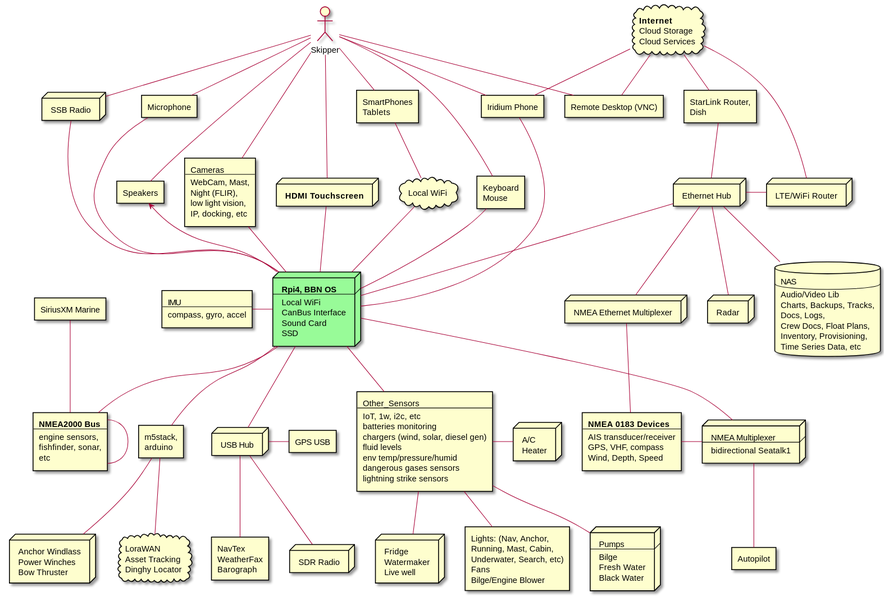
Before: docs/images/system-arch.svg, a diagram exported from PlantUML (bareboat-necessities/my-bareboat).
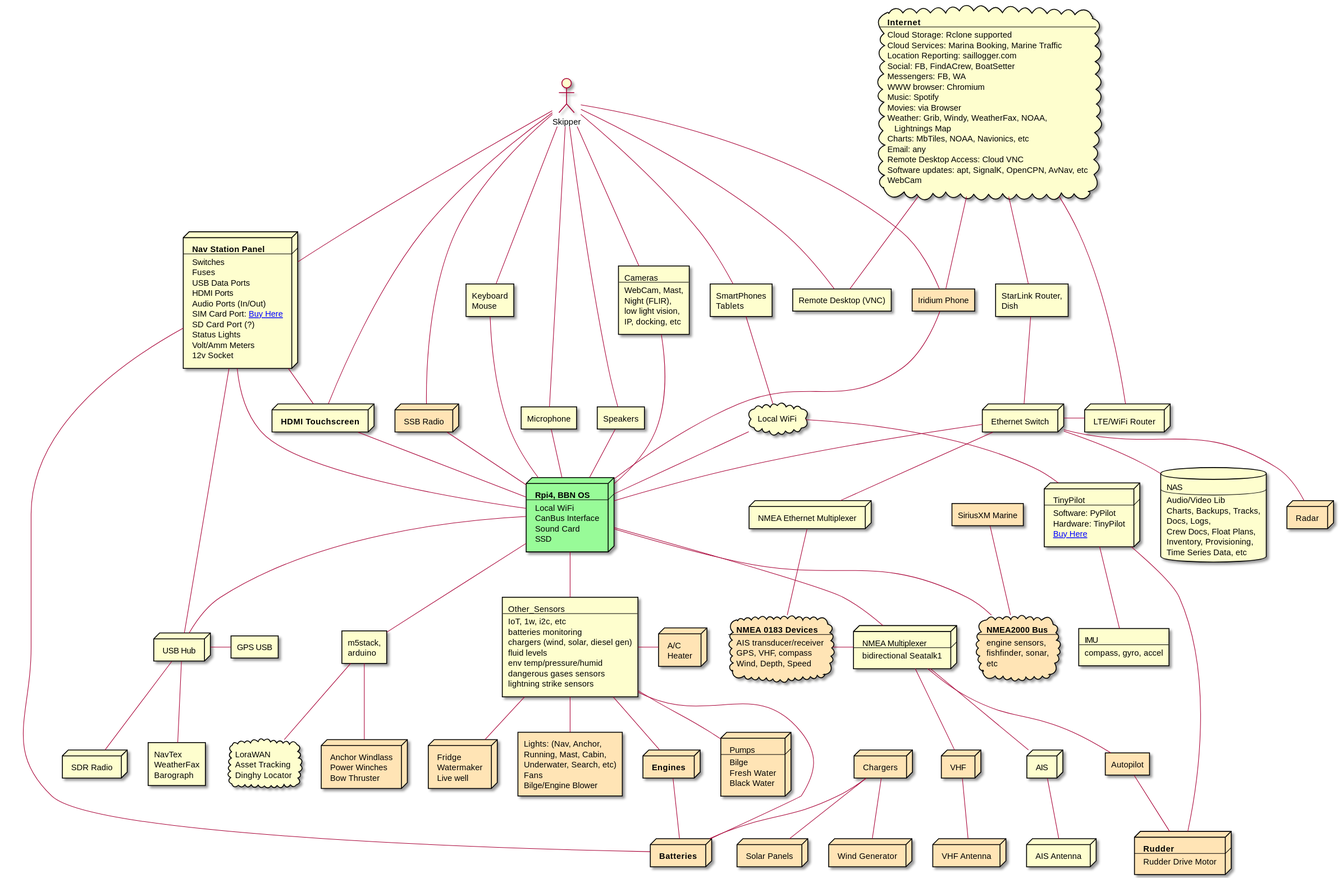
Above is the later version.

Change to the diagram source:
```diff
@@ -2,6 +2,53 @@
 
 actor Skipper [
  Skipper
+]
+
+node Panel [
+ <b>Nav Station Panel
+ ----
+ Switches
+ Fuses
+ USB Data Ports
+ HDMI Ports
+ Audio Ports (In/Out)
+ SIM Card Port: [[https://www.data-alliance.net/cable-gland-for-fiber-usb-sim-terminal-block-waterproof-ip67-feed-thru/ Buy Here]]
+ SD Card Port (?)
+ Status Lights
+ Volt/Amm Meters
+ 12v Socket
+]
+
+node Batteries #moccasin [
+ <b>Batteries
+]
+
+node Chargers #moccasin [
+ Chargers
+]
+
+node Engines #moccasin [
+ <b>Engines
+]
+
+node Antenna_VHF #moccasin [
+  VHF Antenna
+]
+
+node AIS [
+  AIS
+]
+
+node Antenna_AIS [
+  AIS Antenna
+]
+
+node Solar_Pan #moccasin [
+  Solar Panels
+]
+
+node Wind_Gen #moccasin [
+  Wind Generator
 ]
 
 node RPI #palegreen [
@@ -23,7 +70,7 @@
  compass, gyro, accel
 ]
 
-rectangle NMEA_2000 [
+cloud NMEA_2000 #moccasin [
  <b>NMEA2000 Bus
  ----
  engine sensors,
@@ -41,7 +88,7 @@
  NMEA Ethernet Multiplexer
 ]
 
-rectangle NMEA_0183 [
+cloud NMEA_0183 #moccasin [
  <b>NMEA 0183 Devices
  ----
  AIS transducer/receiver
@@ -49,12 +96,12 @@
  Wind, Depth, Speed
 ]
 
-rectangle AP [
+rectangle AP #moccasin [
  Autopilot
 ]
 
 node Eth_Hub [
- Ethernet Hub
+ Ethernet Switch
 ]
 
 node USB_Hub [
@@ -70,7 +117,7 @@
  Dish
 ]
 
-node Radar [
+node Radar #moccasin [
  Radar
 ]
 
@@ -99,7 +146,7 @@
  SDR Radio
 ]
 
-node SSB [
+node SSB #moccasin [
  SSB Radio
 ]
 
@@ -107,7 +154,7 @@
  Local WiFi
 ]
 
-rectangle Iridium [
+rectangle Iridium #moccasin [
  Iridium Phone
 ]
 
@@ -127,12 +174,16 @@
  Remote Desktop (VNC)
 ]
 
-node AC [
+node VHF #moccasin [
+ VHF
+]
+
+node AC #moccasin [
  A/C
  Heater
 ]
 
-node Pumps [
+node Pumps #moccasin [
  Pumps
  ----
  Bilge
@@ -140,13 +191,13 @@
  Black Water
 ]
 
-node Fridge [
+node Fridge #moccasin [
  Fridge
  Watermaker
  Live well
 ]
 
-rectangle Lights_Fans [
+rectangle Lights_Fans #moccasin [
  Lights: (Nav, Anchor,
  Running, Mast, Cabin,
  Underwater, Search, etc)
@@ -165,7 +216,7 @@
  Barograph
 ]
 
-rectangle SiriusXM [
+rectangle SiriusXM #moccasin [
  SiriusXM Marine
 ]
 
@@ -185,7 +236,7 @@
  Time Series Data, etc
 ]
 
-node Winches [
+node Winches #moccasin [
  Anchor Windlass
  Power Winches
  Bow Thruster
@@ -193,8 +244,22 @@
 
 cloud Cloud_Internet [
  <b>Internet
- Cloud Storage
- Cloud Services
+ ----
+ Cloud Storage: Rclone supported
+ Cloud Services: Marina Booking, Marine Traffic
+ Location Reporting: saillogger.com
+ Social: FB, FindACrew, BoatSetter
+ Messengers: FB, WA
+ WWW browser: Chromium
+ Music: Spotify
+ Movies: via Browser
+ Weather: Grib, Windy, WeatherFax, NOAA,
+    Lightnings Map
+ Charts: MbTiles, NOAA, Navionics, etc
+ Email: any
+ Remote Desktop Access: Cloud VNC
+ Software updates: apt, SignalK, OpenCPN, AvNav, etc
+ WebCam
 ]
 
 cloud Lora [
@@ -208,14 +273,27 @@
  arduino
 ]
 
-RPI -l- IMU
+node AP_2 [
+ TinyPilot
+ ---
+ Software: PyPilot
+ Hardware: TinyPilot
+ [[https://pypilot.org/store Buy Here]]
+]
+
+node Rudder #moccasin [
+ <b>Rudder
+ ----
+ Rudder Drive Motor
+]
+
 RPI -- NMEA_2000
 RPI -- NMEA_Mux
 RPI -u- Eth_Hub
 RPI -- USB_Hub
 RPI -u- Touchscreen
 RPI -u- Cameras
-RPI -u-> Speakers
+RPI -u- Speakers
 RPI -u- Mic
 RPI -u- SSB
 RPI -u- Iridium
@@ -223,11 +301,18 @@
 RPI -d- Esp32
 RPI -u- WiFi_Local
 RPI -u- Keyboard_Mouse
+RPI -l- Panel
+
+Panel -- Touchscreen
+Panel -- USB_Hub
+Panel -- Batteries
 
 SmartPhone -- WiFi_Local
+AP_2 -u- WiFi_Local
 
 SiriusXM -- NMEA_2000
-NMEA_2000 -- NMEA_2000
+VHF -u- NMEA_Mux
+AIS -u- NMEA_Mux
 
 Eth_Hub -r- Router
 Eth_Hub -- Radar
@@ -248,6 +333,10 @@
 NMEA_Eth_Mux -- NMEA_0183
 NMEA_Mux -- AP
 
+AP -- Rudder
+AP_2 -- Rudder
+AP_2 -- IMU
+
 Esp32 -- Lora
 Esp32 -- Winches
 
@@ -265,5 +354,17 @@
 Skipper -- SmartPhone
 Skipper -- Keyboard_Mouse
 Skipper -- Remote_Desktop
+Skipper -- Panel
+
+Chargers -- Solar_Pan
+Chargers -- Batteries
+Chargers -- Wind_Gen
+Engines -- Batteries
+
+VHF -- Antenna_VHF
+AIS -- Antenna_AIS
+
+Other_Sensors -- Engines
+Other_Sensors -- Batteries
 
 @enduml
```
